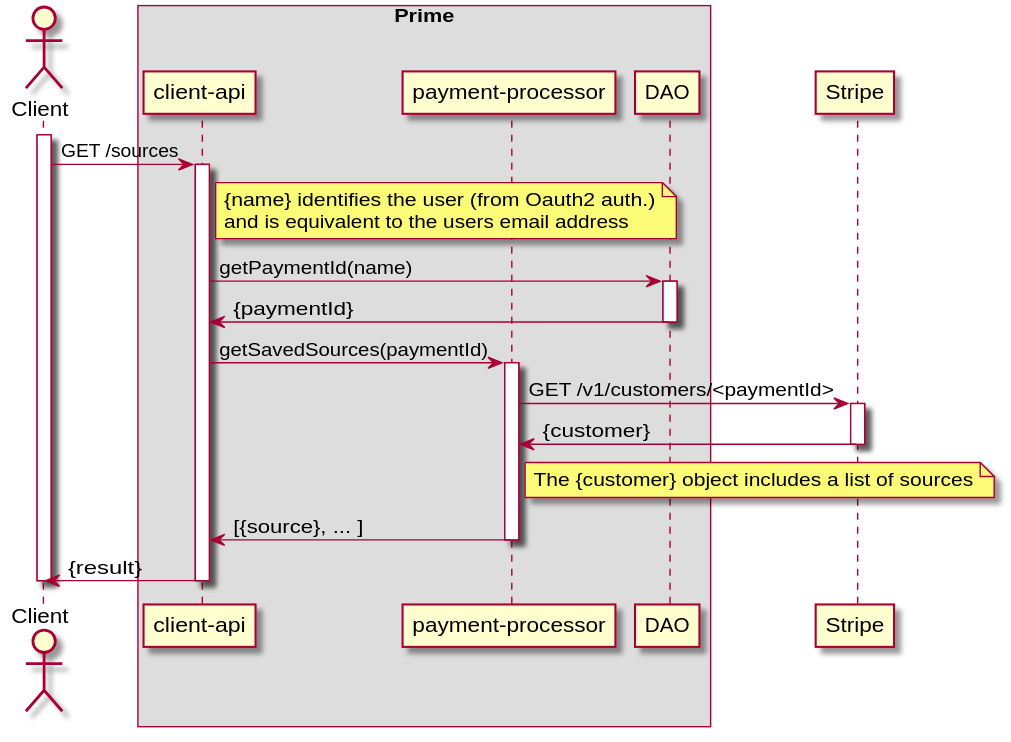
The PlantUML diagram payment-processor/doc/diagrams/list-sources.svg in ostelco/ostelco-core, before a commit.
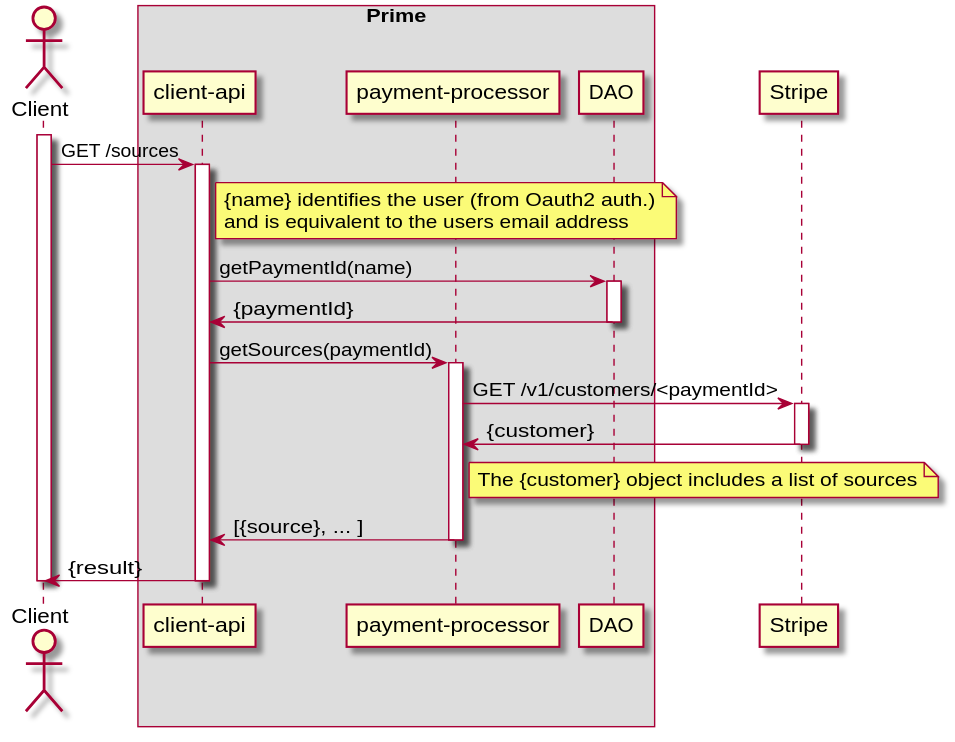
The same file after the commit.

Change to the diagram source:
```diff
@@ -23,7 +23,7 @@
     DAO -> "client-api" : {paymentId}
     deactivate DAO
 
-    "client-api" -> "payment-processor" : getSavedSources(paymentId)
+    "client-api" -> "payment-processor" : getSources(paymentId)
     activate "payment-processor"
 
     "payment-processor" -> Stripe : GET /v1/customers/<paymentId>
```
